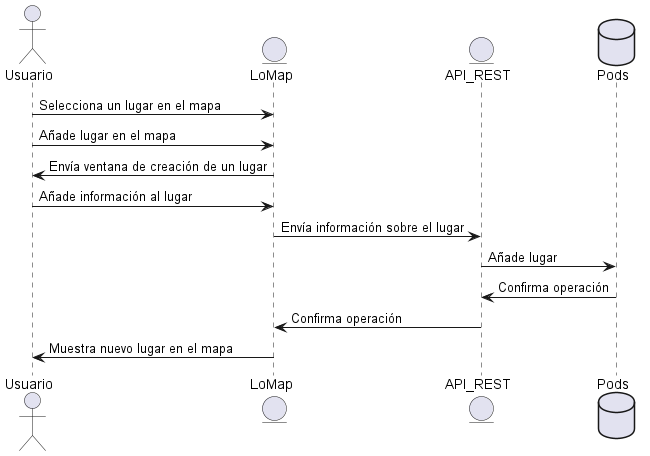
This is images/Sequence diagram3.png from Arquisoft/lomap_es3c, a PlantUML export, as it was before one commit.
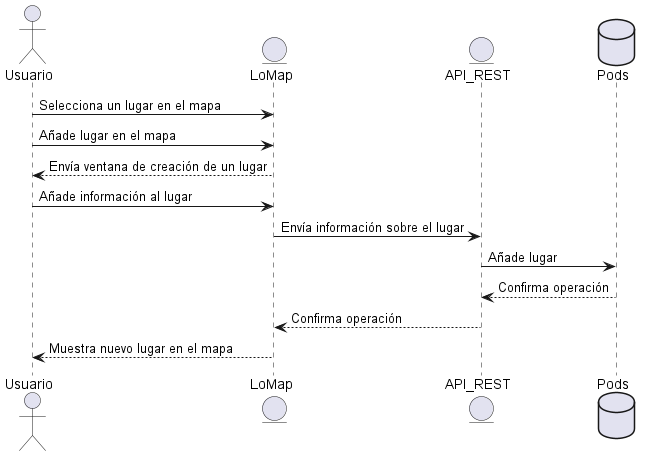
After the change.

Change to the diagram source:
```diff
@@ -5,11 +5,11 @@
 Usuario -> LoMap: Añade lugar en el mapa
 entity API_REST
 database Pod as "Pods"
-LoMap-> Usuario: Envía ventana de creación de un lugar
+LoMap--> Usuario: Envía ventana de creación de un lugar
 Usuario-> LoMap: Añade información al lugar
 LoMap-> API_REST: Envía información sobre el lugar
 API_REST-> Pod: Añade lugar
-Pod -> API_REST: Confirma operación
-API_REST-> LoMap: Confirma operación
-LoMap-> Usuario: Muestra nuevo lugar en el mapa
+Pod--> API_REST: Confirma operación
+API_REST--> LoMap: Confirma operación
+LoMap--> Usuario: Muestra nuevo lugar en el mapa
 @enduml
```
